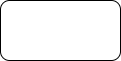
Earlier version of the draw.io export Untitled Diagram.png (NIGHTFIGHTING/wiser). Source tidied: cells renumbered, new cells last; positions are measured from the earlier drawing's top-left corner, leaving out a move shared by most shapes. The source it was exported from:
```xml
<mxGraphModel>
  <root>
    <mxCell id="0" />
    <mxCell id="1" parent="0" />
    <mxCell id="2" style="rounded=1;whiteSpace=wrap;html=1;" parent="1" vertex="1">
      <mxGeometry width="120" height="60" as="geometry" />
    </mxCell>
  </root>
</mxGraphModel>
```
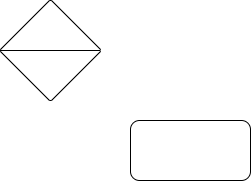
Later version of the same file.

The edit, as a diff of the source:
```diff
@@ -5,5 +5,8 @@
     <mxCell id="2" style="rounded=1;whiteSpace=wrap;html=1;" parent="1" vertex="1">
       <mxGeometry width="120" height="60" as="geometry" />
     </mxCell>
+    <mxCell id="3" style="verticalLabelPosition=bottom;verticalAlign=top;html=1;shape=mxgraph.flowchart.sort;" parent="1" vertex="1">
+      <mxGeometry x="-130" y="-120" width="100" height="100" as="geometry" />
+    </mxCell>
   </root>
 </mxGraphModel>
```
